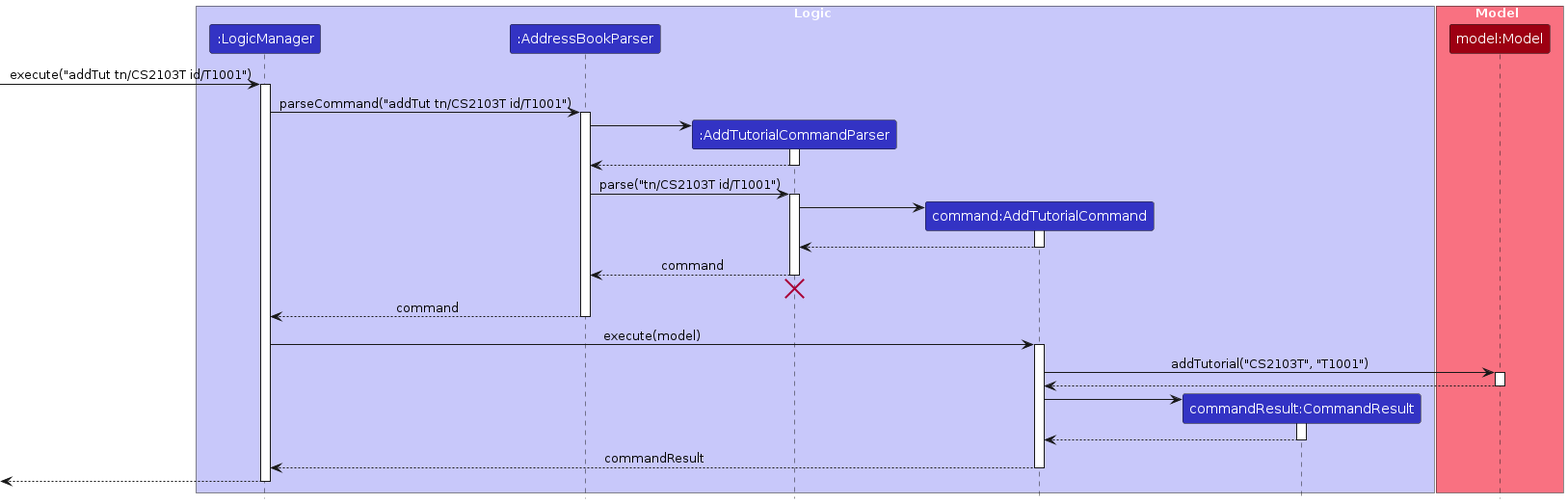
Earlier version of the PlantUML export diagrams/AddTutorialSequenceDiagram.png (Fui03/tp). Its source is kept beside it as diagrams/AddTutorialSequenceDiagram.puml.
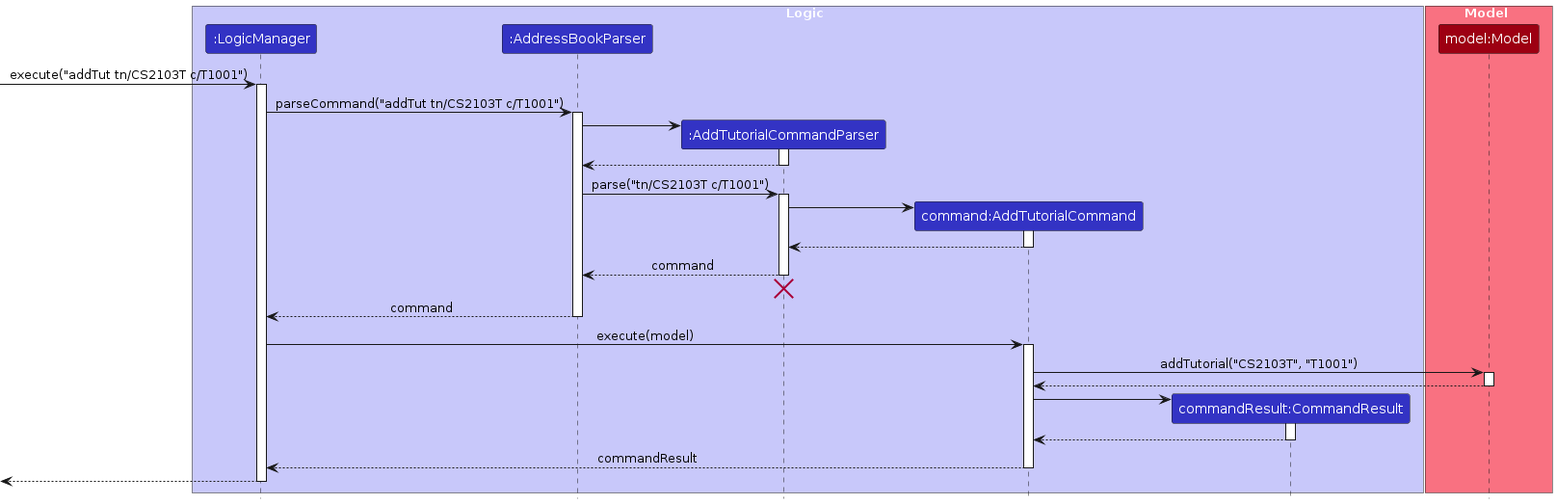
After the change.

The edit, as a diff of the source:
```diff
@@ -14,10 +14,10 @@
 participant "model:Model" as Model MODEL_COLOR
 end box
 
-[-> LogicManager : execute("addTut tn/CS2103T id/T1001")
+[-> LogicManager : execute("addTut tn/CS2103T c/T1001")
 activate LogicManager
 
-LogicManager -> AddressBookParser : parseCommand("addTut tn/CS2103T id/T1001")
+LogicManager -> AddressBookParser : parseCommand("addTut tn/CS2103T c/T1001")
 activate AddressBookParser
 
 create AddTutorialCommandParser
@@ -27,7 +27,7 @@
 AddTutorialCommandParser --> AddressBookParser
 deactivate AddTutorialCommandParser
 
-AddressBookParser -> AddTutorialCommandParser : parse("tn/CS2103T id/T1001")
+AddressBookParser -> AddTutorialCommandParser : parse("tn/CS2103T c/T1001")
 activate AddTutorialCommandParser
 
 create AddTutorialCommand
```
